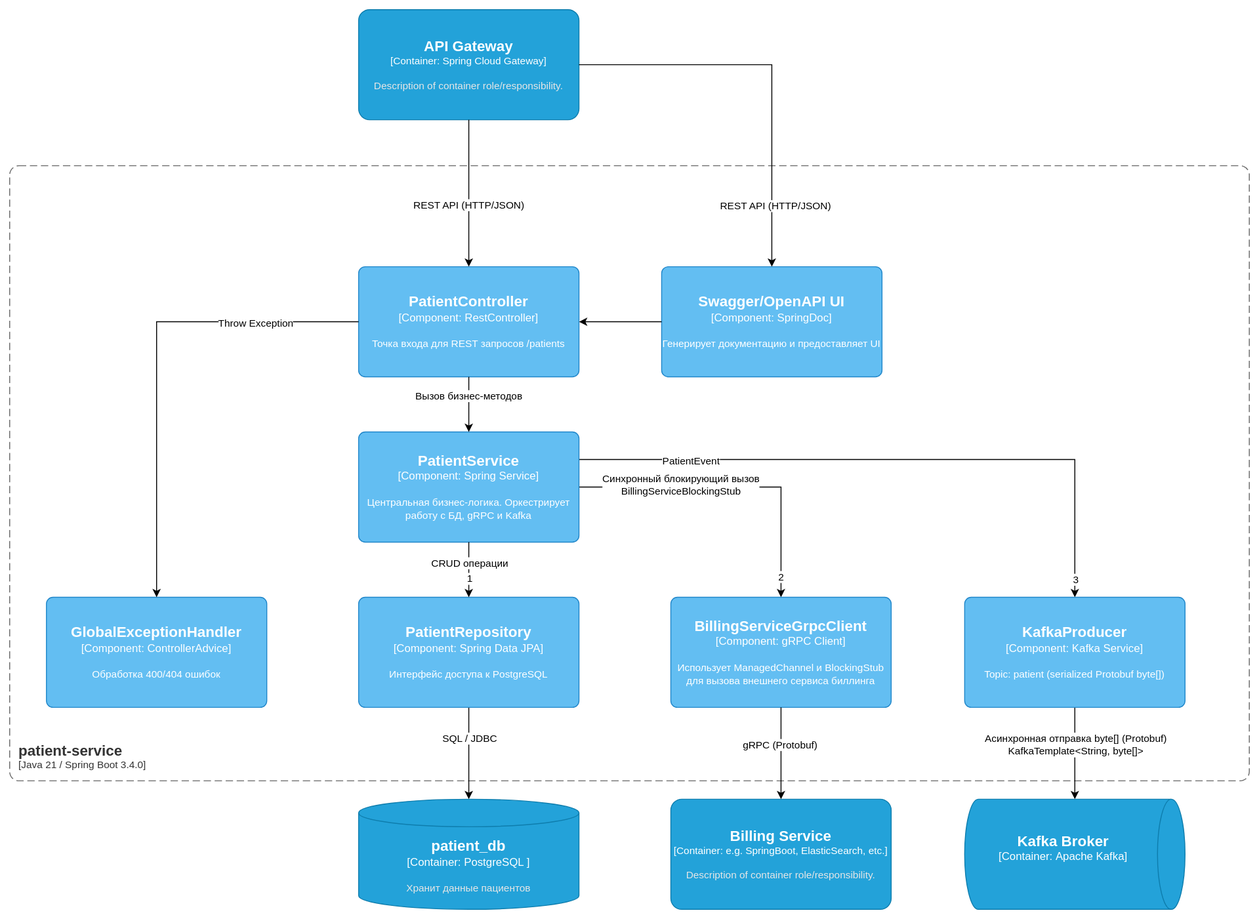
ni1a207/Healthcare-System keeps this draw.io diagram as Docs/As-is/Diagrams/PatientServiceC4.svg. Above is the earlier version. Source tidied: cells renumbered, new cells last; positions are measured from the earlier drawing's top-left corner, leaving out a move shared by most shapes.
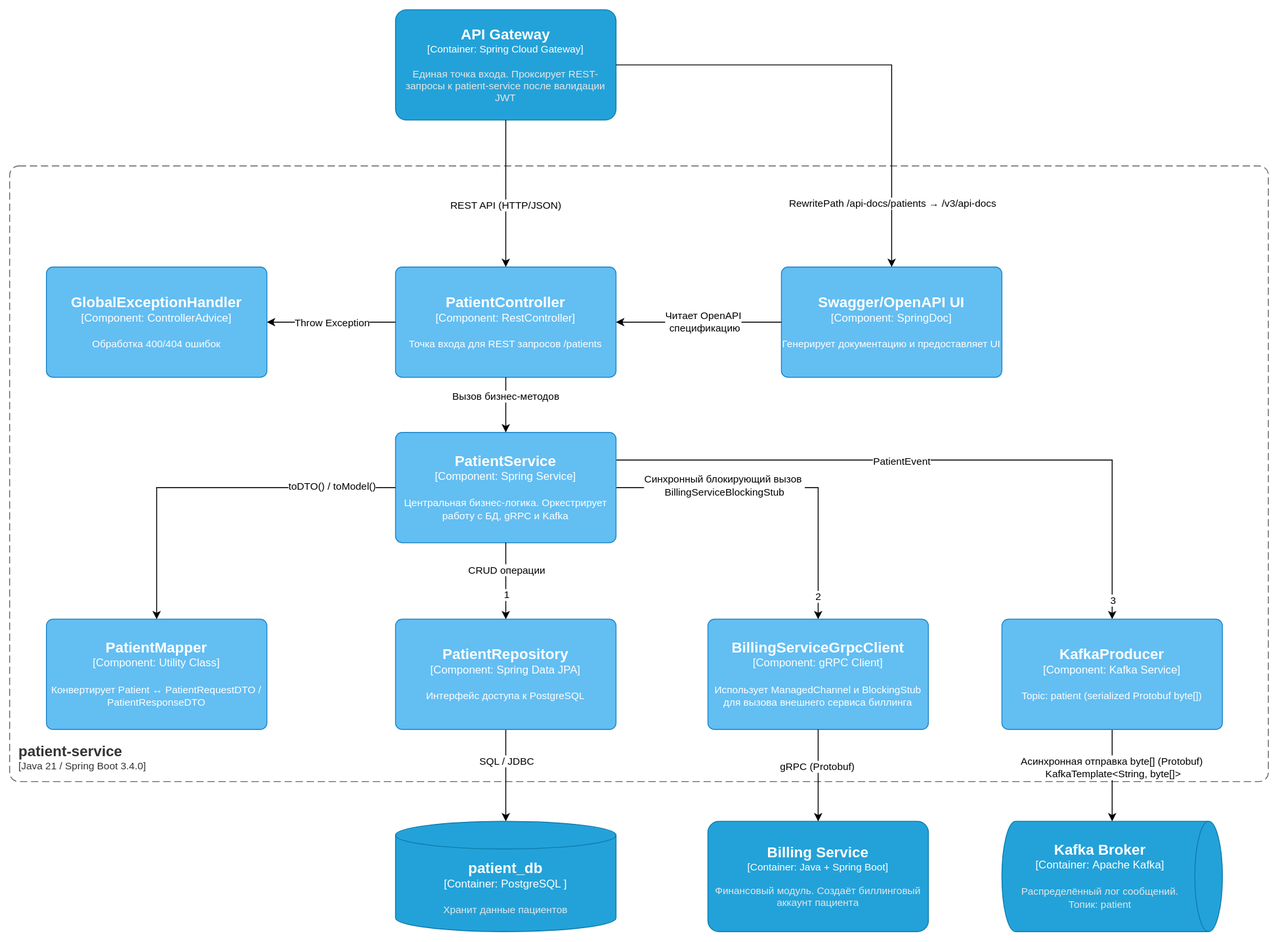
The same diagram one commit later.

Diff of the diagram source:
```diff
@@ -9,13 +9,13 @@
     </object>
     <object id="3" label="&lt;font style=&quot;font-size: 16px&quot;&gt;&lt;b&gt;&lt;div style=&quot;text-align: left&quot;&gt;%c4Name%&lt;/div&gt;&lt;/b&gt;&lt;/font&gt;&lt;div style=&quot;text-align: left&quot;&gt;[%c4Application%]&lt;/div&gt;" c4Application="Java 21 / Spring Boot 3.4.0" c4Name="patient-service" c4Type="ContainerScopeBoundary" placeholders="1">
       <mxCell style="rounded=1;fontSize=11;whiteSpace=wrap;html=1;dashed=1;arcSize=20;fillColor=none;strokeColor=#666666;fontColor=#333333;labelBackgroundColor=none;align=left;verticalAlign=bottom;labelBorderColor=none;spacingTop=0;spacing=10;dashPattern=8 4;perimeter=rectanglePerimeter;noLabel=0;labelPadding=0;absoluteArcSize=1;" parent="1" vertex="1">
-        <mxGeometry y="170" width="1350" height="670" as="geometry" />
+        <mxGeometry x="-40" y="170" width="1370" height="670" as="geometry" />
       </mxCell>
     </object>
     <mxCell id="4" style="edgeStyle=orthogonalEdgeStyle;rounded=0;jettySize=auto;html=1;entryX=0.5;entryY=0;entryDx=0;entryDy=0;entryPerimeter=0;" parent="1" edge="1" source="10" target="15">
       <mxGeometry relative="1" as="geometry" />
     </mxCell>
-    <mxCell id="5" value="Синхронный блокирующий вызов&lt;div&gt;BillingServiceBlockingStub&lt;/div&gt;" style="edgeLabel;html=1;align=center;verticalAlign=middle;" parent="4" vertex="1">
+    <mxCell id="5" value="Синхронный блокирующий вызов&amp;nbsp;&lt;div&gt;BillingServiceBlockingStub&lt;/div&gt;" style="edgeLabel;html=1;align=center;verticalAlign=middle;" parent="4" vertex="1">
       <mxGeometry x="-0.44" y="3" relative="1" as="geometry">
         <mxPoint x="15" as="offset" />
       </mxGeometry>
@@ -28,7 +28,7 @@
     </mxCell>
     <mxCell id="8" value="PatientEvent" style="edgeLabel;html=1;align=center;verticalAlign=middle;" parent="7" vertex="1">
       <mxGeometry x="0.38" y="-1" relative="1" as="geometry">
-        <mxPoint x="-356" as="offset" />
+        <mxPoint x="-182" as="offset" />
       </mxGeometry>
     </mxCell>
     <mxCell id="9" value="3" style="edgeLabel;html=1;align=center;verticalAlign=middle;" parent="7" vertex="1">
@@ -49,33 +49,33 @@
     </mxCell>
     <object id="13" label="&lt;font style=&quot;font-size: 16px&quot;&gt;&lt;b&gt;%c4Name%&lt;/b&gt;&lt;/font&gt;&lt;div&gt;[%c4Type%: %c4Technology%]&lt;/div&gt;&lt;br&gt;&lt;div&gt;&lt;font style=&quot;font-size: 11px&quot;&gt;%c4Description%&lt;/font&gt;&lt;/div&gt;" c4Description="Интерфейс доступа к PostgreSQL" c4Name="PatientRepository" c4Technology="Spring Data JPA" c4Type="Component" placeholders="1">
       <mxCell style="rounded=1;whiteSpace=wrap;html=1;labelBackgroundColor=none;fillColor=#63BEF2;fontColor=#ffffff;align=center;arcSize=6;strokeColor=#2086C9;points=[[0.25,0,0],[0.5,0,0],[0.75,0,0],[1,0.25,0],[1,0.5,0],[1,0.75,0],[0.75,1,0],[0.5,1,0],[0.25,1,0],[0,0.75,0],[0,0.5,0],[0,0.25,0]];" parent="1" vertex="1">
-        <mxGeometry x="380" y="640" width="240" height="120" as="geometry" />
+        <mxGeometry x="380" y="663.3" width="240" height="120" as="geometry" />
       </mxCell>
     </object>
     <object id="14" label="&lt;font style=&quot;font-size: 16px&quot;&gt;&lt;b&gt;%c4Name%&lt;/b&gt;&lt;/font&gt;&lt;div&gt;[%c4Type%: %c4Technology%]&lt;/div&gt;&lt;br&gt;&lt;div&gt;&lt;font style=&quot;font-size: 11px&quot;&gt;%c4Description%&lt;/font&gt;&lt;/div&gt;" c4Description="Обработка 400/404 ошибок" c4Name="GlobalExceptionHandler" c4Technology="ControllerAdvice" c4Type="Component" placeholders="1">
       <mxCell style="rounded=1;whiteSpace=wrap;html=1;labelBackgroundColor=none;fillColor=#63BEF2;fontColor=#ffffff;align=center;arcSize=6;strokeColor=#2086C9;points=[[0.25,0,0],[0.5,0,0],[0.75,0,0],[1,0.25,0],[1,0.5,0],[1,0.75,0],[0.75,1,0],[0.5,1,0],[0.25,1,0],[0,0.75,0],[0,0.5,0],[0,0.25,0]];" parent="1" vertex="1">
-        <mxGeometry x="40" y="640" width="240" height="120" as="geometry" />
+        <mxGeometry y="280" width="240" height="120" as="geometry" />
       </mxCell>
     </object>
     <object id="15" label="&lt;font style=&quot;font-size: 16px&quot;&gt;&lt;b&gt;%c4Name%&lt;/b&gt;&lt;/font&gt;&lt;div&gt;[%c4Type%: %c4Technology%]&lt;/div&gt;&lt;br&gt;&lt;div&gt;&lt;font style=&quot;font-size: 11px&quot;&gt;%c4Description%&lt;/font&gt;&lt;/div&gt;" c4Description="Использует ManagedChannel и BlockingStub для вызова внешнего сервиса биллинга" c4Name="BillingServiceGrpcClient" c4Technology="gRPC Client" c4Type="Component" placeholders="1">
       <mxCell style="rounded=1;whiteSpace=wrap;html=1;labelBackgroundColor=none;fillColor=#63BEF2;fontColor=#ffffff;align=center;arcSize=6;strokeColor=#2086C9;points=[[0.25,0,0],[0.5,0,0],[0.75,0,0],[1,0.25,0],[1,0.5,0],[1,0.75,0],[0.75,1,0],[0.5,1,0],[0.25,1,0],[0,0.75,0],[0,0.5,0],[0,0.25,0]];" parent="1" vertex="1">
-        <mxGeometry x="720" y="640" width="240" height="120" as="geometry" />
+        <mxGeometry x="720" y="663.3" width="240" height="120" as="geometry" />
       </mxCell>
     </object>
     <mxCell id="16" style="edgeStyle=orthogonalEdgeStyle;rounded=0;jettySize=auto;html=1;" parent="1" edge="1" source="18" target="26">
       <mxGeometry relative="1" as="geometry" />
     </mxCell>
-    <mxCell id="17" value="&lt;div&gt;Асинхронная отправка byte[] (Protobuf)&lt;/div&gt;&lt;div&gt;KafkaTemplate&amp;lt;String, byte[]&amp;gt;&lt;/div&gt;" style="edgeLabel;html=1;align=center;verticalAlign=middle;" parent="16" vertex="1">
+    <mxCell id="17" value="&lt;div&gt;Асинхронная отправка byte[] (Protobuf)&amp;nbsp;&lt;/div&gt;&lt;div&gt;KafkaTemplate&amp;lt;String, byte[]&amp;gt;&lt;/div&gt;" style="edgeLabel;html=1;align=center;verticalAlign=middle;" parent="16" vertex="1">
       <mxGeometry x="-0.33" y="3" relative="1" as="geometry">
         <mxPoint x="-3" y="7" as="offset" />
       </mxGeometry>
     </mxCell>
     <object id="18" label="&lt;font style=&quot;font-size: 16px&quot;&gt;&lt;b&gt;%c4Name%&lt;/b&gt;&lt;/font&gt;&lt;div&gt;[%c4Type%: %c4Technology%]&lt;/div&gt;&lt;br&gt;&lt;div&gt;&lt;font style=&quot;font-size: 11px&quot;&gt;%c4Description%&lt;/font&gt;&lt;/div&gt;" c4Description="Topic: patient (serialized Protobuf byte[])" c4Name="KafkaProducer" c4Technology="Kafka Service" c4Type="Component" placeholders="1">
       <mxCell style="rounded=1;whiteSpace=wrap;html=1;labelBackgroundColor=none;fillColor=#63BEF2;fontColor=#ffffff;align=center;arcSize=6;strokeColor=#2086C9;points=[[0.25,0,0],[0.5,0,0],[0.75,0,0],[1,0.25,0],[1,0.5,0],[1,0.75,0],[0.75,1,0],[0.5,1,0],[0.25,1,0],[0,0.75,0],[0,0.5,0],[0,0.25,0]];" parent="1" vertex="1">
-        <mxGeometry x="1040" y="640" width="240" height="120" as="geometry" />
+        <mxGeometry x="1040" y="663.3" width="240" height="120" as="geometry" />
       </mxCell>
     </object>
-    <object id="19" label="&lt;font style=&quot;font-size: 16px&quot;&gt;&lt;b&gt;%c4Name%&lt;/b&gt;&lt;/font&gt;&lt;div&gt;[%c4Type%: %c4Technology%]&lt;/div&gt;&lt;br&gt;&lt;div&gt;&lt;font style=&quot;font-size: 11px&quot;&gt;&lt;font color=&quot;#E6E6E6&quot;&gt;%c4Description%&lt;/font&gt;&lt;/div&gt;" c4Description="Description of container role/responsibility." c4Name="API Gateway" c4Technology="Spring Cloud Gateway" c4Type="Container" placeholders="1">
+    <object id="19" label="&lt;font style=&quot;font-size: 16px&quot;&gt;&lt;b&gt;%c4Name%&lt;/b&gt;&lt;/font&gt;&lt;div&gt;[%c4Type%: %c4Technology%]&lt;/div&gt;&lt;br&gt;&lt;div&gt;&lt;font style=&quot;font-size: 11px&quot;&gt;&lt;font color=&quot;#E6E6E6&quot;&gt;%c4Description%&lt;/font&gt;&lt;/div&gt;" c4Description="Единая точка входа. Проксирует REST-запросы к patient-service после валидации JWT" c4Name="API Gateway" c4Technology="Spring Cloud Gateway" c4Type="Container" placeholders="1">
       <mxCell style="rounded=1;whiteSpace=wrap;html=1;fontSize=11;labelBackgroundColor=none;fillColor=#23A2D9;fontColor=#ffffff;align=center;arcSize=10;strokeColor=#0E7DAD;points=[[0.25,0,0],[0.5,0,0],[0.75,0,0],[1,0.25,0],[1,0.5,0],[1,0.75,0],[0.75,1,0],[0.5,1,0],[0.25,1,0],[0,0.75,0],[0,0.5,0],[0,0.25,0]];" parent="1" vertex="1">
         <mxGeometry x="380" width="240" height="120" as="geometry" />
       </mxCell>
@@ -88,12 +88,12 @@
     </mxCell>
     <object id="22" label="&lt;font style=&quot;font-size: 16px&quot;&gt;&lt;b&gt;%c4Name%&lt;/b&gt;&lt;/font&gt;&lt;div&gt;[%c4Type%:&amp;nbsp;%c4Technology%]&lt;/div&gt;&lt;br&gt;&lt;div&gt;&lt;font style=&quot;font-size: 11px&quot;&gt;&lt;font color=&quot;#E6E6E6&quot;&gt;%c4Description%&lt;/font&gt;&lt;/div&gt;" c4Description="Хранит данные пациентов" c4Name="patient_db" c4Technology="PostgreSQL " c4Type="Container" placeholders="1">
       <mxCell style="shape=cylinder3;size=15;whiteSpace=wrap;html=1;boundedLbl=1;rounded=0;labelBackgroundColor=none;fillColor=#23A2D9;fontSize=12;fontColor=#ffffff;align=center;strokeColor=#0E7DAD;points=[[0.5,0,0],[1,0.25,0],[1,0.5,0],[1,0.75,0],[0.5,1,0],[0,0.75,0],[0,0.5,0],[0,0.25,0]];" parent="1" vertex="1">
-        <mxGeometry x="380" y="860" width="240" height="120" as="geometry" />
+        <mxGeometry x="380" y="883.3" width="240" height="120" as="geometry" />
       </mxCell>
     </object>
-    <object id="23" label="&lt;font style=&quot;font-size: 16px&quot;&gt;&lt;b&gt;%c4Name%&lt;/b&gt;&lt;/font&gt;&lt;div&gt;[%c4Type%: %c4Technology%]&lt;/div&gt;&lt;br&gt;&lt;div&gt;&lt;font style=&quot;font-size: 11px&quot;&gt;&lt;font color=&quot;#E6E6E6&quot;&gt;%c4Description%&lt;/font&gt;&lt;/div&gt;" c4Description="Description of container role/responsibility." c4Name="Billing Service" c4Technology="e.g. SpringBoot, ElasticSearch, etc." c4Type="Container" placeholders="1">
+    <object id="23" label="&lt;font style=&quot;font-size: 16px&quot;&gt;&lt;b&gt;%c4Name%&lt;/b&gt;&lt;/font&gt;&lt;div&gt;[%c4Type%: %c4Technology%]&lt;/div&gt;&lt;br&gt;&lt;div&gt;&lt;font style=&quot;font-size: 11px&quot;&gt;&lt;font color=&quot;#E6E6E6&quot;&gt;%c4Description%&lt;/font&gt;&lt;/div&gt;" c4Description="Финансовый модуль. Создаёт биллинговый аккаунт пациента" c4Name="Billing Service" c4Technology="Java + Spring Boot" c4Type="Container" placeholders="1">
       <mxCell style="rounded=1;whiteSpace=wrap;html=1;fontSize=11;labelBackgroundColor=none;fillColor=#23A2D9;fontColor=#ffffff;align=center;arcSize=10;strokeColor=#0E7DAD;points=[[0.25,0,0],[0.5,0,0],[0.75,0,0],[1,0.25,0],[1,0.5,0],[1,0.75,0],[0.75,1,0],[0.5,1,0],[0.25,1,0],[0,0.75,0],[0,0.5,0],[0,0.25,0]];" parent="1" vertex="1">
-        <mxGeometry x="720" y="860" width="240" height="120" as="geometry" />
+        <mxGeometry x="720" y="883.3" width="240" height="120" as="geometry" />
       </mxCell>
     </object>
     <mxCell id="24" style="edgeStyle=orthogonalEdgeStyle;rounded=0;jettySize=auto;html=1;entryX=0.5;entryY=0;entryDx=0;entryDy=0;entryPerimeter=0;" parent="1" edge="1" source="15" target="23">
@@ -102,9 +102,9 @@
     <mxCell id="25" value="gRPC (Protobuf)" style="edgeLabel;html=1;align=center;verticalAlign=middle;" parent="24" vertex="1">
       <mxGeometry x="-0.21" y="-2" relative="1" as="geometry" />
     </mxCell>
-    <object id="26" label="&lt;font style=&quot;font-size: 16px&quot;&gt;&lt;b&gt;%c4Name%&lt;/b&gt;&lt;/font&gt;&lt;div&gt;[%c4Type%:&amp;nbsp;%c4Technology%]&lt;/div&gt;&lt;br&gt;&lt;div&gt;&lt;font style=&quot;font-size: 11px&quot;&gt;&lt;font color=&quot;#E6E6E6&quot;&gt;%c4Description%&lt;/font&gt;&lt;/div&gt;" c4Description="" c4Name="Kafka Broker" c4Technology="Apache Kafka" c4Type="Container" placeholders="1">
+    <object id="26" label="&lt;font style=&quot;font-size: 16px&quot;&gt;&lt;b&gt;%c4Name%&lt;/b&gt;&lt;/font&gt;&lt;div&gt;[%c4Type%:&amp;nbsp;%c4Technology%]&lt;/div&gt;&lt;br&gt;&lt;div&gt;&lt;font style=&quot;font-size: 11px&quot;&gt;&lt;font color=&quot;#E6E6E6&quot;&gt;%c4Description%&lt;/font&gt;&lt;/div&gt;" c4Description="Распределённый лог сообщений. Топик: patient" c4Name="Kafka Broker" c4Technology="Apache Kafka" c4Type="Container" placeholders="1">
       <mxCell style="shape=cylinder3;size=15;direction=south;whiteSpace=wrap;html=1;boundedLbl=1;rounded=0;labelBackgroundColor=none;fillColor=#23A2D9;fontSize=12;fontColor=#ffffff;align=center;strokeColor=#0E7DAD;points=[[0.5,0,0],[1,0.25,0],[1,0.5,0],[1,0.75,0],[0.5,1,0],[0,0.75,0],[0,0.5,0],[0,0.25,0]];" parent="1" vertex="1">
-        <mxGeometry x="1040" y="860" width="240" height="120" as="geometry" />
+        <mxGeometry x="1040" y="883.3" width="240" height="120" as="geometry" />
       </mxCell>
     </object>
     <mxCell id="27" style="edgeStyle=orthogonalEdgeStyle;rounded=0;jettySize=auto;html=1;entryX=0.5;entryY=0;entryDx=0;entryDy=0;entryPerimeter=0;" parent="1" edge="1" source="2" target="10">
@@ -117,36 +117,57 @@
       <mxGeometry relative="1" as="geometry" />
     </mxCell>
     <mxCell id="30" value="CRUD операции" style="edgeLabel;html=1;align=center;verticalAlign=middle;" parent="29" vertex="1">
-      <mxGeometry x="-0.29" relative="1" as="geometry" />
+      <mxGeometry x="-0.29" relative="1" as="geometry">
+        <mxPoint y="-1" as="offset" />
+      </mxGeometry>
     </mxCell>
     <mxCell id="31" value="1" style="edgeLabel;html=1;align=center;verticalAlign=middle;" parent="29" vertex="1">
       <mxGeometry x="0.45" y="-2" relative="1" as="geometry">
         <mxPoint x="2" y="-4" as="offset" />
       </mxGeometry>
     </mxCell>
-    <mxCell id="32" style="edgeStyle=orthogonalEdgeStyle;rounded=0;jettySize=auto;html=1;entryX=0;entryY=0.5;entryDx=0;entryDy=0;entryPerimeter=0;strokeColor=light-dark(#000000,#FF0000);exitX=0.5;exitY=0;exitDx=0;exitDy=0;exitPerimeter=0;endArrow=none;endFill=0;startArrow=classic;startFill=1;" parent="1" edge="1" source="14" target="2">
-      <mxGeometry relative="1" as="geometry">
-        <Array as="points">
-          <mxPoint x="160" y="340" />
-        </Array>
-      </mxGeometry>
+    <mxCell id="32" style="edgeStyle=orthogonalEdgeStyle;rounded=0;jettySize=auto;html=1;entryX=0;entryY=0.5;entryDx=0;entryDy=0;entryPerimeter=0;strokeColor=light-dark(#000000,#FF0000);exitX=1;exitY=0.5;exitDx=0;exitDy=0;exitPerimeter=0;endArrow=none;endFill=0;startArrow=classic;startFill=1;" parent="1" edge="1" source="14" target="2">
+      <mxGeometry relative="1" as="geometry" />
     </mxCell>
     <mxCell id="33" value="Throw Exception" style="edgeLabel;html=1;align=center;verticalAlign=middle;" parent="32" vertex="1">
-      <mxGeometry x="0.57" y="-1" relative="1" as="geometry" />
+      <mxGeometry x="0.57" y="-1" relative="1" as="geometry">
+        <mxPoint x="-40" y="-1" as="offset" />
+      </mxGeometry>
     </mxCell>
     <object id="34" label="&lt;font style=&quot;font-size: 16px&quot;&gt;&lt;b&gt;%c4Name%&lt;/b&gt;&lt;/font&gt;&lt;div&gt;[%c4Type%: %c4Technology%]&lt;/div&gt;&lt;br&gt;&lt;div&gt;&lt;font style=&quot;font-size: 11px&quot;&gt;%c4Description%&lt;/font&gt;&lt;/div&gt;" c4Description="Генерирует документацию и предоставляет UI" c4Name="Swagger/OpenAPI UI" c4Technology="SpringDoc" c4Type="Component" placeholders="1">
       <mxCell style="rounded=1;whiteSpace=wrap;html=1;labelBackgroundColor=none;fillColor=#63BEF2;fontColor=#ffffff;align=center;arcSize=6;strokeColor=#2086C9;points=[[0.25,0,0],[0.5,0,0],[0.75,0,0],[1,0.25,0],[1,0.5,0],[1,0.75,0],[0.75,1,0],[0.5,1,0],[0.25,1,0],[0,0.75,0],[0,0.5,0],[0,0.25,0]];" parent="1" vertex="1">
-        <mxGeometry x="710" y="280" width="240" height="120" as="geometry" />
+        <mxGeometry x="800" y="280" width="240" height="120" as="geometry" />
       </mxCell>
     </object>
     <mxCell id="35" style="edgeStyle=orthogonalEdgeStyle;rounded=0;jettySize=auto;html=1;entryX=1;entryY=0.5;entryDx=0;entryDy=0;entryPerimeter=0;" parent="1" edge="1" source="34" target="2">
       <mxGeometry relative="1" as="geometry" />
     </mxCell>
+    <mxCell id="38" value="Читает OpenAPI&lt;div&gt;&amp;nbsp;спецификацию&lt;/div&gt;" style="edgeLabel;html=1;align=center;verticalAlign=middle;" parent="35" vertex="1">
+      <mxGeometry x="-0.03" y="-1" relative="1" as="geometry" />
+    </mxCell>
     <mxCell id="36" style="edgeStyle=orthogonalEdgeStyle;rounded=0;jettySize=auto;html=1;entryX=0.5;entryY=0;entryDx=0;entryDy=0;entryPerimeter=0;strokeColor=light-dark(#000000,#0000FF);" parent="1" edge="1" source="19" target="34">
       <mxGeometry relative="1" as="geometry" />
     </mxCell>
-    <mxCell id="37" value="REST API (HTTP/JSON)" style="edgeLabel;html=1;align=center;verticalAlign=middle;" parent="36" vertex="1">
-      <mxGeometry x="0.69" y="3" relative="1" as="geometry" />
+    <mxCell id="37" value="RewritePath /api-docs/patients → /v3/api-docs" style="edgeLabel;html=1;align=center;verticalAlign=middle;" parent="36" vertex="1">
+      <mxGeometry x="0.69" y="3" relative="1" as="geometry">
+        <mxPoint x="-3" y="10" as="offset" />
+      </mxGeometry>
     </mxCell>
+    <object id="39" label="&lt;font style=&quot;font-size: 16px&quot;&gt;&lt;b&gt;%c4Name%&lt;/b&gt;&lt;/font&gt;&lt;div&gt;[%c4Type%: %c4Technology%]&lt;/div&gt;&lt;br&gt;&lt;div&gt;&lt;font style=&quot;font-size: 11px&quot;&gt;%c4Description%&lt;/font&gt;&lt;/div&gt;" c4Description="Конвертирует Patient ↔ PatientRequestDTO / PatientResponseDTO" c4Name="PatientMapper " c4Technology="Utility Class" c4Type="Component" placeholders="1">
+      <mxCell style="rounded=1;whiteSpace=wrap;html=1;labelBackgroundColor=none;fillColor=#63BEF2;fontColor=#ffffff;align=center;arcSize=6;strokeColor=#2086C9;points=[[0.25,0,0],[0.5,0,0],[0.75,0,0],[1,0.25,0],[1,0.5,0],[1,0.75,0],[0.75,1,0],[0.5,1,0],[0.25,1,0],[0,0.75,0],[0,0.5,0],[0,0.25,0]];" parent="1" vertex="1">
+        <mxGeometry y="663.3" width="240" height="120" as="geometry" />
+      </mxCell>
+    </object>
+    <mxCell id="40" style="edgeStyle=orthogonalEdgeStyle;rounded=0;jettySize=auto;html=1;entryX=0.5;entryY=0;entryDx=0;entryDy=0;entryPerimeter=0;" parent="1" edge="1" source="10" target="39">
+      <mxGeometry relative="1" as="geometry" />
+    </mxCell>
+    <mxCell id="41" value="&lt;span style=&quot;color: rgba(0, 0, 0, 0); font-family: monospace; font-size: 0px; text-align: start; background-color: rgb(27, 29, 30);&quot;&gt;%3CmxGraphModel%3E%3Croot%3E%3CmxCell%20id%3D%220%22%2F%3E%3CmxCell%20id%3D%221%22%20parent%3D%220%22%2F%3E%3Cobject%20placeholders%3D%221%22%20c4Name%3D%22PatientRepository%22%20c4Type%3D%22Component%22%20c4Technology%3D%22Spring%20Data%20JPA%22%20c4Description%3D%22%D0%98%D0%BD%D1%82%D0%B5%D1%80%D1%84%D0%B5%D0%B9%D1%81%20%D0%B4%D0%BE%D1%81%D1%82%D1%83%D0%BF%D0%B0%20%D0%BA%20PostgreSQL%22%20label%3D%22%26lt%3Bfont%20style%3D%26quot%3Bfont-size%3A%2016px%26quot%3B%26gt%3B%26lt%3Bb%26gt%3B%25c4Name%25%26lt%3B%2Fb%26gt%3B%26lt%3B%2Ffont%26gt%3B%26lt%3Bdiv%26gt%3B%5B%25c4Type%25%3A%20%25c4Technology%25%5D%26lt%3B%2Fdiv%26gt%3B%26lt%3Bbr%26gt%3B%26lt%3Bdiv%26gt%3B%26lt%3Bfont%20style%3D%26quot%3Bfont-size%3A%2011px%26quot%3B%26gt%3B%25c4Description%25%26lt%3B%2Ffont%26gt%3B%26lt%3B%2Fdiv%26gt%3B%22%20id%3D%222%22%3E%3CmxCell%20parent%3D%221%22%20style%3D%22rounded%3D1%3BwhiteSpace%3Dwrap%3Bhtml%3D1%3BlabelBackgroundColor%3Dnone%3BfillColor%3D%2363BEF2%3BfontColor%3D%23ffffff%3Balign%3Dcenter%3BarcSize%3D6%3BstrokeColor%3D%232086C9%3BmetaEdit%3D1%3Bresizable%3D0%3Bpoints%3D%5B%5B0.25%2C0%2C0%5D%2C%5B0.5%2C0%2C0%5D%2C%5B0.75%2C0%2C0%5D%2C%5B1%2C0.25%2C0%5D%2C%5B1%2C0.5%2C0%5D%2C%5B1%2C0.75%2C0%5D%2C%5B0.75%2C1%2C0%5D%2C%5B0.5%2C1%2C0%5D%2C%5B0.25%2C1%2C0%5D%2C%5B0%2C0.75%2C0%5D%2C%5B0%2C0.5%2C0%5D%2C%5B0%2C0.25%2C0%5D%5D%3B%22%20vertex%3D%221%22%3E%3CmxGeometry%20height%3D%22120%22%20width%3D%22240%22%20x%3D%22450%22%20y%3D%22500%22%20as%3D%22geometry%22%2F%3E%3C%2FmxCell%3E%3C%2Fobject%3E%3C%2Froot%3E%3C%2FmxGraphModel%3E&lt;/span&gt;" style="edgeLabel;html=1;align=center;verticalAlign=middle;" parent="40" vertex="1">
+      <mxGeometry x="-0.36" y="-1" relative="1" as="geometry" />
+    </mxCell>
+    <mxCell id="42" value="toDTO() / toModel()" style="edgeLabel;html=1;align=center;verticalAlign=middle;" parent="40" vertex="1">
+      <mxGeometry x="-0.32" y="-2" relative="1" as="geometry">
+        <mxPoint x="66" as="offset" />
+      </mxGeometry>
+    </mxCell>
   </root>
 </mxGraphModel>
```
